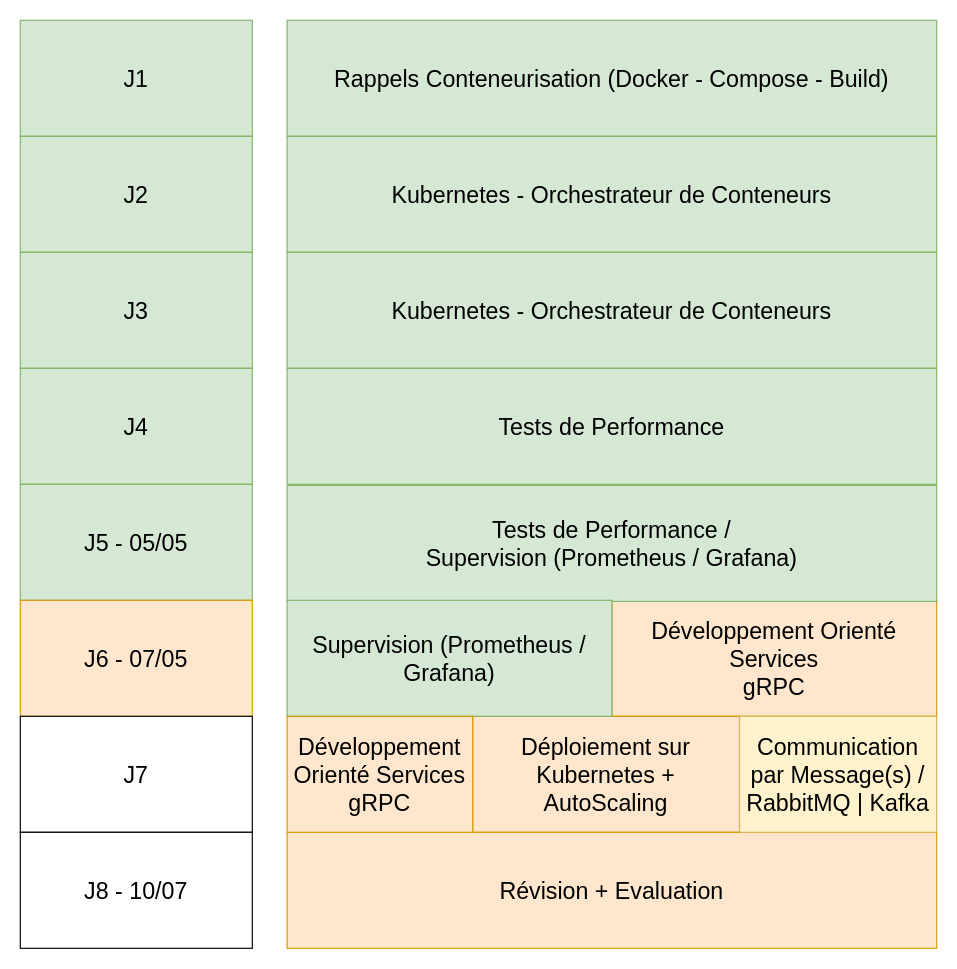
The draw.io diagram page "planning" (1 of 13) of planning.drawio in argonaultes-education/hexagone-3b-3INSI-2026, before the edit. Source tidied: cells renumbered, new cells numbered last; positions are measured from the earlier drawing's top-left corner, leaving out a move shared by most shapes. Both pictures are drawn from the tidied source at 116%, with x=0, y=0 at pixel (20, 20).
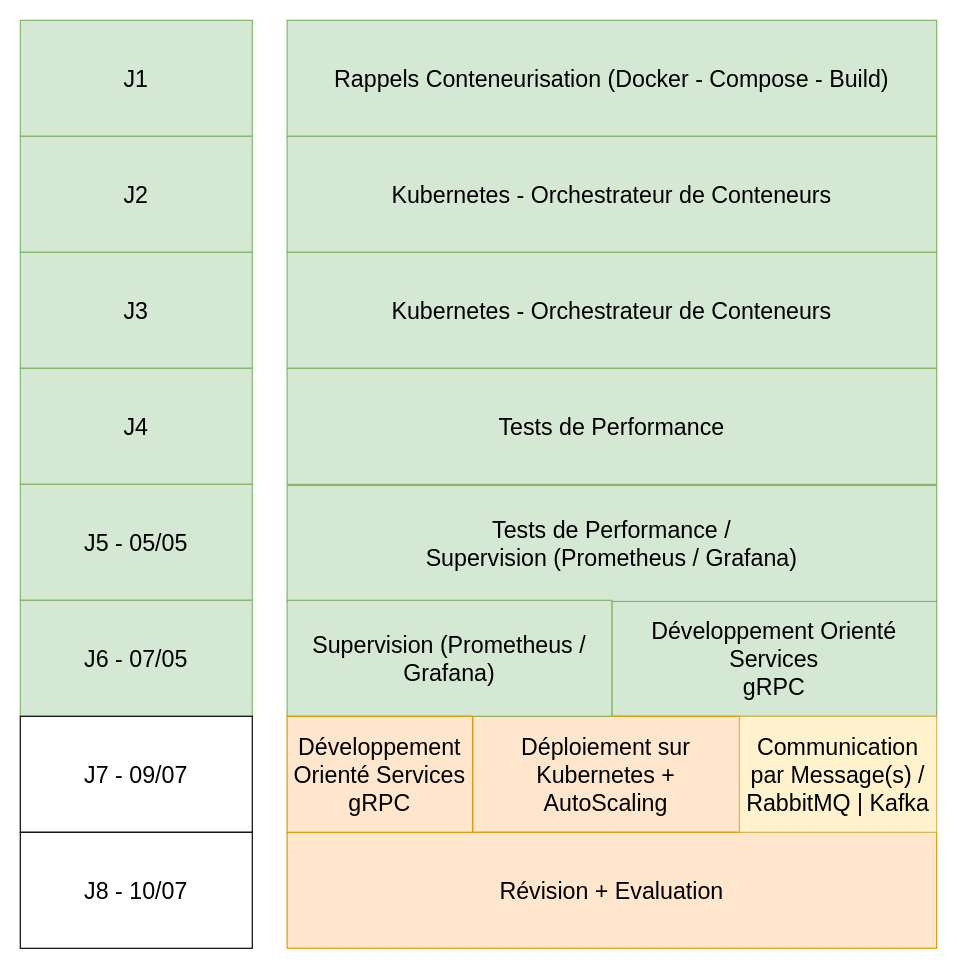
The same page after the edit.

Commit message (it also covers changes not shown here):
hello client server grpc

Diff of the diagram source:
```diff
@@
-    <mxCell id="7" value="J6 - 07/05" style="rounded=0;whiteSpace=wrap;html=1;fontSize=20;fillColor=#ffe6cc;strokeColor=#d79b00;" parent="1" vertex="1">
+    <mxCell id="7" value="J6 - 07/05" style="rounded=0;whiteSpace=wrap;html=1;fontSize=20;fillColor=#d5e8d4;strokeColor=#82b366;" parent="1" vertex="1">
       <mxGeometry y="500" width="200" height="100" as="geometry" />
     </mxCell>
-    <mxCell id="8" value="J7" style="rounded=0;whiteSpace=wrap;html=1;fontSize=20;" parent="1" vertex="1">
+    <mxCell id="8" value="J7 - 09/07" style="rounded=0;whiteSpace=wrap;html=1;fontSize=20;" parent="1" vertex="1">
       <mxGeometry y="600" width="200" height="100" as="geometry" />
     </mxCell>
@@
-    <mxCell id="14" value="Développement Orienté Services&lt;div&gt;gRPC&lt;/div&gt;" style="rounded=0;whiteSpace=wrap;html=1;fontSize=20;fillColor=#ffe6cc;strokeColor=#d79b00;" parent="1" vertex="1">
+    <mxCell id="14" value="Développement Orienté Services&lt;div&gt;gRPC&lt;/div&gt;" style="rounded=0;whiteSpace=wrap;html=1;fontSize=20;fillColor=#d5e8d4;strokeColor=#82b366;" parent="1" vertex="1">
       <mxGeometry x="510" y="500" width="280" height="100" as="geometry" />
     </mxCell>
```
